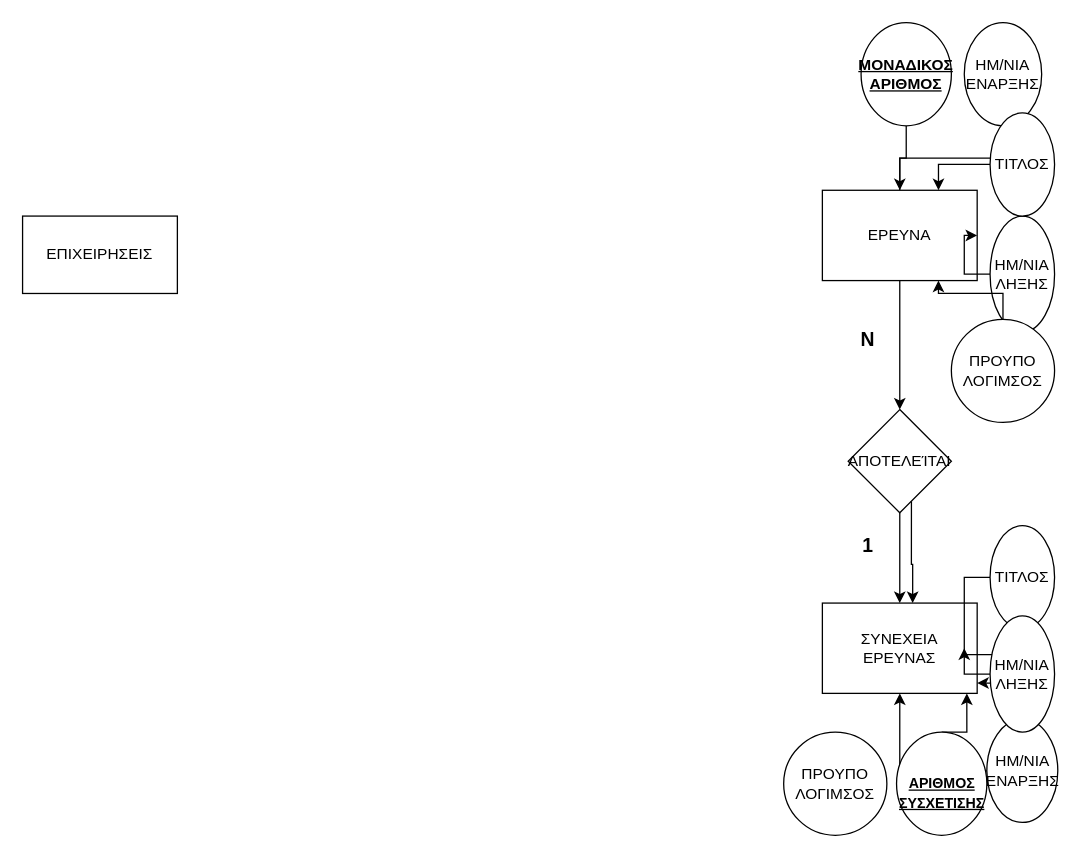
westqast/C-Program-to-Find-the-Largest-Number-Among-Three-Numbers keeps this draw.io diagram as Untitled Diagram.drawio. Above is the earlier version. Source tidied: cells renumbered, new cells numbered last; positions are measured from the earlier drawing's top-left corner, leaving out a move shared by most shapes. Both pictures are drawn from the tidied source at 129%, with x=0, y=0 at pixel (22, 22).
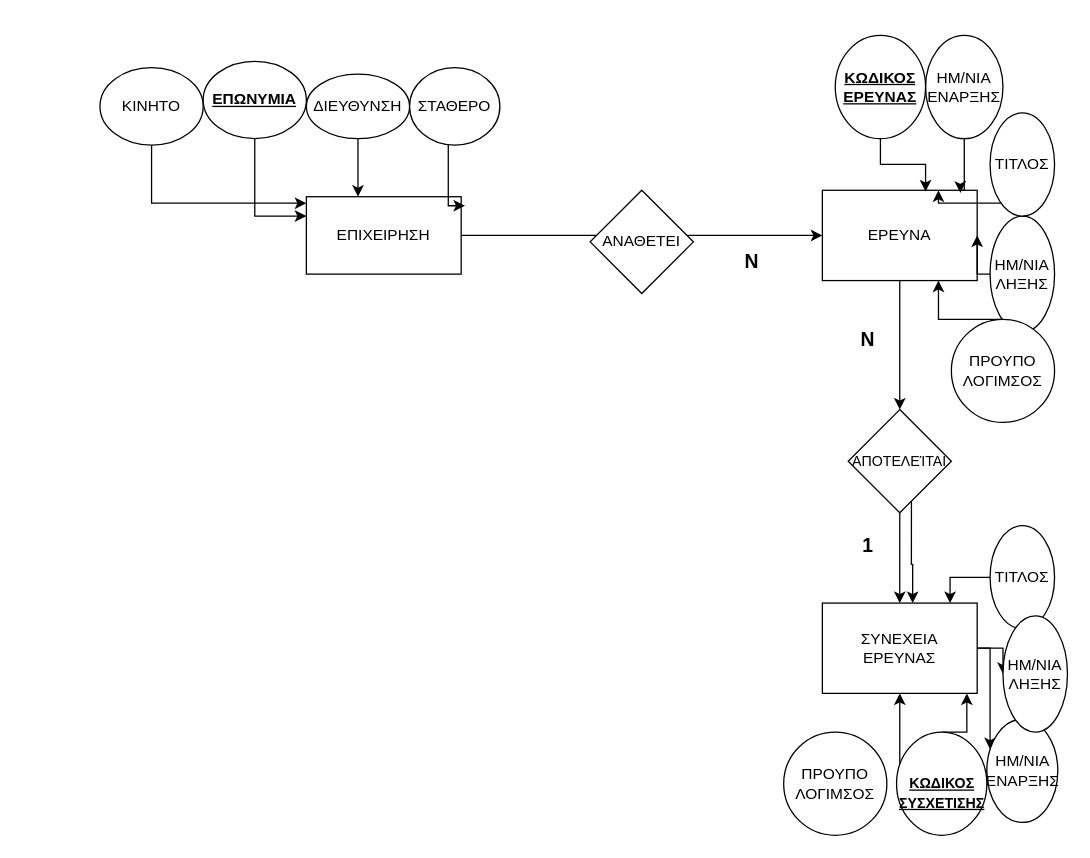
The same diagram, later.

Unchanged cells that the change refers to:
```xml
<mxCell id="5" value="ΕΡΕΥΝΑ" style="rounded=0;whiteSpace=wrap;html=1;" parent="1" vertex="1">
  <mxGeometry x="620" y="130" width="120" height="70" as="geometry" />
</mxCell>
<mxCell id="10" value="ΗΜ/ΝΙΑ&lt;br&gt;ΛΗΞΗΣ" style="ellipse;whiteSpace=wrap;html=1;" parent="1" vertex="1">
  <mxGeometry x="750" y="150" width="50" height="90" as="geometry" />
</mxCell>
<mxCell id="12" value="ΠΡΟΥΠΟ&lt;br&gt;ΛΟΓΙΜΣΟΣ" style="ellipse;whiteSpace=wrap;html=1;direction=south;" parent="1" vertex="1">
  <mxGeometry x="720" y="230" width="80" height="80" as="geometry" />
</mxCell>
<mxCell id="13" value="ΣΥΝΕΧΕΙΑ&lt;br&gt;ΕΡΕΥΝΑΣ" style="rounded=0;whiteSpace=wrap;html=1;" parent="1" vertex="1">
  <mxGeometry x="620" y="450" width="120" height="70" as="geometry" />
</mxCell>
<mxCell id="17" value="ΗΜ/ΝΙΑ&lt;br&gt;ΕΝΑΡΞΗΣ" style="ellipse;whiteSpace=wrap;html=1;" parent="1" vertex="1">
  <mxGeometry x="747.5" y="540" width="55" height="80" as="geometry" />
</mxCell>
<mxCell id="19" value="ΤΙΤΛΟΣ" style="ellipse;whiteSpace=wrap;html=1;" parent="1" vertex="1">
  <mxGeometry x="750" y="390" width="50" height="80" as="geometry" />
</mxCell>
<mxCell id="28" value="ΤΙΤΛΟΣ" style="ellipse;whiteSpace=wrap;html=1;" parent="1" vertex="1">
  <mxGeometry x="750" y="70" width="50" height="80" as="geometry" />
</mxCell>
```

The edit, as a diff of the source:
```diff
@@
+    <mxCell id="30" style="edgeStyle=orthogonalEdgeStyle;rounded=0;jettySize=auto;html=1;" parent="1" edge="1" source="2" target="5">
+      <mxGeometry relative="1" as="geometry" />
+    </mxCell>
-    <mxCell id="2" value="ΕΠΙΧΕΙΡΗΣΕΙΣ" style="rounded=0;whiteSpace=wrap;html=1;" parent="1" vertex="1">
-      <mxGeometry y="150" width="120" height="60" as="geometry" />
+    <mxCell id="2" value="ΕΠΙΧΕΙΡΗΣΗ" style="rounded=0;whiteSpace=wrap;html=1;" parent="1" vertex="1">
+      <mxGeometry x="220" y="135" width="120" height="60" as="geometry" />
     </mxCell>
@@
-    <mxCell id="4" style="edgeStyle=orthogonalEdgeStyle;rounded=0;jettySize=auto;html=1;" parent="1" edge="1" source="5" target="8">
-      <mxGeometry relative="1" as="geometry" />
-    </mxCell>
@@
-    <mxCell id="6" style="edgeStyle=orthogonalEdgeStyle;rounded=0;jettySize=auto;html=1;" parent="1" edge="1" source="7" target="5">
-      <mxGeometry relative="1" as="geometry" />
-    </mxCell>
-    <mxCell id="7" value="&lt;u&gt;&lt;b&gt;ΜΟΝΑΔΙΚΟΣ&lt;br&gt;ΑΡΙΘΜΟΣ&lt;/b&gt;&lt;/u&gt;" style="ellipse;whiteSpace=wrap;html=1;" parent="1" vertex="1">
-      <mxGeometry x="650" width="70" height="80" as="geometry" />
-    </mxCell>
+    <mxCell id="31" style="edgeStyle=orthogonalEdgeStyle;rounded=0;jettySize=auto;html=1;entryX=0.892;entryY=0.029;entryDx=0;entryDy=0;entryPerimeter=0;" parent="1" edge="1" source="8" target="5">
+      <mxGeometry relative="1" as="geometry">
+        <Array as="points">
+          <mxPoint x="730" y="130" />
+          <mxPoint x="727" y="130" />
+        </Array>
+      </mxGeometry>
+    </mxCell>
     <mxCell id="8" value="ΗΜ/ΝΙΑ&lt;br&gt;ΕΝΑΡΞΗΣ" style="ellipse;whiteSpace=wrap;html=1;" parent="1" vertex="1">
-      <mxGeometry x="730" width="60" height="80" as="geometry" />
+      <mxGeometry x="700" y="10" width="60" height="80" as="geometry" />
     </mxCell>
     <mxCell id="9" style="edgeStyle=orthogonalEdgeStyle;rounded=0;jettySize=auto;html=1;entryX=1;entryY=0.5;entryDx=0;entryDy=0;" parent="1" edge="1" source="10" target="5">
-      <mxGeometry relative="1" as="geometry" />
+      <mxGeometry relative="1" as="geometry">
+        <Array as="points">
+          <mxPoint x="740" y="195" />
+        </Array>
+      </mxGeometry>
     </mxCell>
@@
     <mxCell id="11" style="edgeStyle=orthogonalEdgeStyle;rounded=0;jettySize=auto;html=1;entryX=0.75;entryY=1;entryDx=0;entryDy=0;" parent="1" edge="1" source="12" target="5">
-      <mxGeometry relative="1" as="geometry" />
+      <mxGeometry relative="1" as="geometry">
+        <Array as="points">
+          <mxPoint x="710" y="230" />
+        </Array>
+      </mxGeometry>
     </mxCell>
@@
+    <mxCell id="32" style="edgeStyle=orthogonalEdgeStyle;rounded=0;jettySize=auto;html=1;" parent="1" edge="1" source="13" target="21">
+      <mxGeometry relative="1" as="geometry" />
+    </mxCell>
+    <mxCell id="33" style="edgeStyle=orthogonalEdgeStyle;rounded=0;jettySize=auto;html=1;" parent="1" edge="1" source="13" target="17">
+      <mxGeometry relative="1" as="geometry">
+        <Array as="points">
+          <mxPoint x="750" y="485" />
+        </Array>
+      </mxGeometry>
+    </mxCell>
@@
-    <mxCell id="15" value="ΑΠΟΤΕΛΕΊΤΑΙ" style="rhombus;whiteSpace=wrap;html=1;" parent="1" vertex="1">
+    <mxCell id="15" value="&lt;font style=&quot;font-size: 11px;&quot;&gt;ΑΠΟΤΕΛΕΊΤΑΙ&lt;/font&gt;" style="rhombus;whiteSpace=wrap;html=1;" parent="1" vertex="1">
       <mxGeometry x="640" y="300" width="80" height="80" as="geometry" />
     </mxCell>
@@
-    <mxCell id="18" style="edgeStyle=orthogonalEdgeStyle;rounded=0;jettySize=auto;html=1;entryX=1;entryY=0.886;entryDx=0;entryDy=0;entryPerimeter=0;" parent="1" edge="1" source="19" target="13">
+    <mxCell id="18" style="edgeStyle=orthogonalEdgeStyle;rounded=0;jettySize=auto;html=1;entryX=0.825;entryY=0;entryDx=0;entryDy=0;entryPerimeter=0;" parent="1" edge="1" source="19" target="13">
       <mxGeometry relative="1" as="geometry" />
     </mxCell>
@@
-    <mxCell id="20" style="edgeStyle=orthogonalEdgeStyle;rounded=0;jettySize=auto;html=1;" parent="1" edge="1" source="21" target="13">
-      <mxGeometry relative="1" as="geometry" />
-    </mxCell>
     <mxCell id="21" value="ΗΜ/ΝΙΑ&lt;br&gt;ΛΗΞΗΣ" style="ellipse;whiteSpace=wrap;html=1;" parent="1" vertex="1">
-      <mxGeometry x="750" y="460" width="50" height="90" as="geometry" />
+      <mxGeometry x="760" y="460" width="50" height="90" as="geometry" />
     </mxCell>
@@
-    <mxCell id="24" value="&lt;u style=&quot;font-size: 11px;&quot;&gt;&lt;b&gt;&lt;br&gt;ΑΡΙΘΜΟΣ&lt;br&gt;ΣΥΣΧΕΤΙΣΗΣ&lt;br&gt;&lt;/b&gt;&lt;/u&gt;" style="ellipse;whiteSpace=wrap;html=1;" parent="1" vertex="1">
+    <mxCell id="24" value="&lt;u style=&quot;font-size: 11px;&quot;&gt;&lt;b&gt;&lt;br&gt;ΚΩΔΙΚΟΣ&lt;br&gt;ΣΥΣΧΕΤΙΣΗΣ&lt;br&gt;&lt;/b&gt;&lt;/u&gt;" style="ellipse;whiteSpace=wrap;html=1;" parent="1" vertex="1">
       <mxGeometry x="677.5" y="550" width="70" height="80" as="geometry" />
     </mxCell>
@@
     <mxCell id="27" style="edgeStyle=orthogonalEdgeStyle;rounded=0;jettySize=auto;html=1;entryX=0.75;entryY=0;entryDx=0;entryDy=0;" parent="1" edge="1" source="28" target="5">
-      <mxGeometry relative="1" as="geometry" />
+      <mxGeometry relative="1" as="geometry">
+        <Array as="points">
+          <mxPoint x="710" y="140" />
+        </Array>
+      </mxGeometry>
     </mxCell>
@@
+    <mxCell id="34" value="ΑΝΑΘΕΤΕΙ" style="rhombus;whiteSpace=wrap;html=1;" parent="1" vertex="1">
+      <mxGeometry x="440" y="130" width="80" height="80" as="geometry" />
+    </mxCell>
+    <mxCell id="35" value="&lt;font style=&quot;font-size: 15px;&quot;&gt;&lt;b&gt;Ν&lt;/b&gt;&lt;/font&gt;" style="text;html=1;align=center;verticalAlign=middle;strokeColor=none;fillColor=none;" parent="1" vertex="1">
+      <mxGeometry x="550" y="170" width="30" height="30" as="geometry" />
+    </mxCell>
+    <mxCell id="36" style="edgeStyle=orthogonalEdgeStyle;rounded=0;jettySize=auto;html=1;entryX=0;entryY=0.25;entryDx=0;entryDy=0;" parent="1" edge="1" source="37" target="2">
+      <mxGeometry relative="1" as="geometry" />
+    </mxCell>
+    <mxCell id="37" value="&lt;b&gt;&lt;u&gt;ΕΠΩΝΥΜΙΑ&lt;/u&gt;&lt;/b&gt;" style="ellipse;whiteSpace=wrap;html=1;" parent="1" vertex="1">
+      <mxGeometry x="140" y="30" width="80" height="60" as="geometry" />
+    </mxCell>
+    <mxCell id="38" style="edgeStyle=orthogonalEdgeStyle;rounded=0;jettySize=auto;html=1;" parent="1" edge="1" source="39" target="2">
+      <mxGeometry relative="1" as="geometry">
+        <Array as="points">
+          <mxPoint x="260" y="140" />
+          <mxPoint x="260" y="140" />
+        </Array>
+      </mxGeometry>
+    </mxCell>
+    <mxCell id="39" value="ΔΙΕΥΘΥΝΣΗ" style="ellipse;whiteSpace=wrap;html=1;" parent="1" vertex="1">
+      <mxGeometry x="220" y="40" width="80" height="50" as="geometry" />
+    </mxCell>
+    <mxCell id="40" style="edgeStyle=orthogonalEdgeStyle;rounded=0;jettySize=auto;html=1;entryX=1.025;entryY=0.117;entryDx=0;entryDy=0;entryPerimeter=0;" parent="1" edge="1" source="41" target="2">
+      <mxGeometry relative="1" as="geometry">
+        <Array as="points">
+          <mxPoint x="330" y="142" />
+        </Array>
+      </mxGeometry>
+    </mxCell>
+    <mxCell id="41" value="ΣΤΑΘΕΡΟ" style="ellipse;whiteSpace=wrap;html=1;" parent="1" vertex="1">
+      <mxGeometry x="300" y="35" width="70" height="60" as="geometry" />
+    </mxCell>
+    <mxCell id="42" style="edgeStyle=orthogonalEdgeStyle;rounded=0;jettySize=auto;html=1;" parent="1" edge="1" source="43" target="2">
+      <mxGeometry relative="1" as="geometry">
+        <Array as="points">
+          <mxPoint x="100" y="140" />
+        </Array>
+      </mxGeometry>
+    </mxCell>
+    <mxCell id="43" value="ΚΙΝΗΤΟ" style="ellipse;whiteSpace=wrap;html=1;" parent="1" vertex="1">
+      <mxGeometry x="60" y="35" width="80" height="60" as="geometry" />
+    </mxCell>
+    <mxCell id="44" style="edgeStyle=orthogonalEdgeStyle;rounded=0;jettySize=auto;html=1;entryX=0.667;entryY=0.014;entryDx=0;entryDy=0;entryPerimeter=0;" parent="1" edge="1" source="45" target="5">
+      <mxGeometry relative="1" as="geometry" />
+    </mxCell>
+    <mxCell id="45" value="&lt;b&gt;&lt;u&gt;ΚΩΔΙΚΟΣ&lt;br&gt;ΕΡΕΥΝΑΣ&lt;br&gt;&lt;/u&gt;&lt;/b&gt;" style="ellipse;whiteSpace=wrap;html=1;" parent="1" vertex="1">
+      <mxGeometry x="630" y="10" width="70" height="80" as="geometry" />
+    </mxCell>
```
